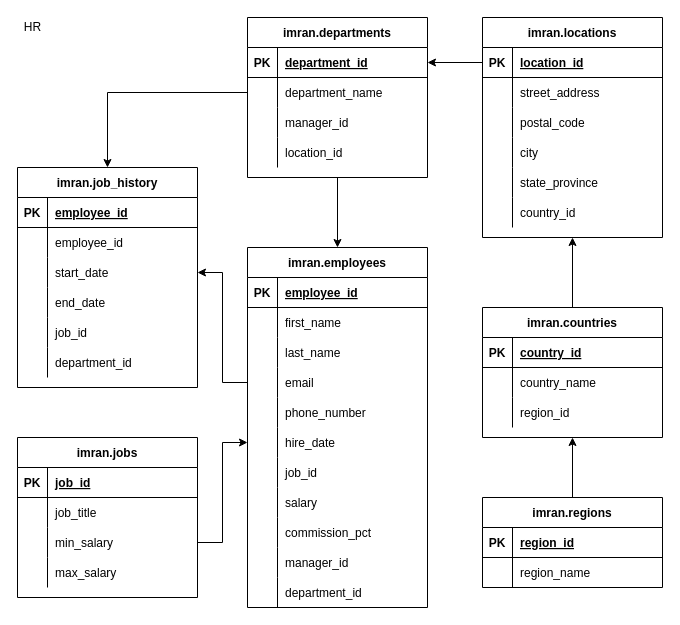
Earlier version of the draw.io diagram Untitled Diagram.drawio (imro1/draw.io). Source tidied: cells renumbered, new cells numbered last; positions are measured from the earlier drawing's top-left corner, leaving out a move shared by most shapes. Both pictures are drawn from the tidied source at 100%, with x=0, y=0 at pixel (17, 17).
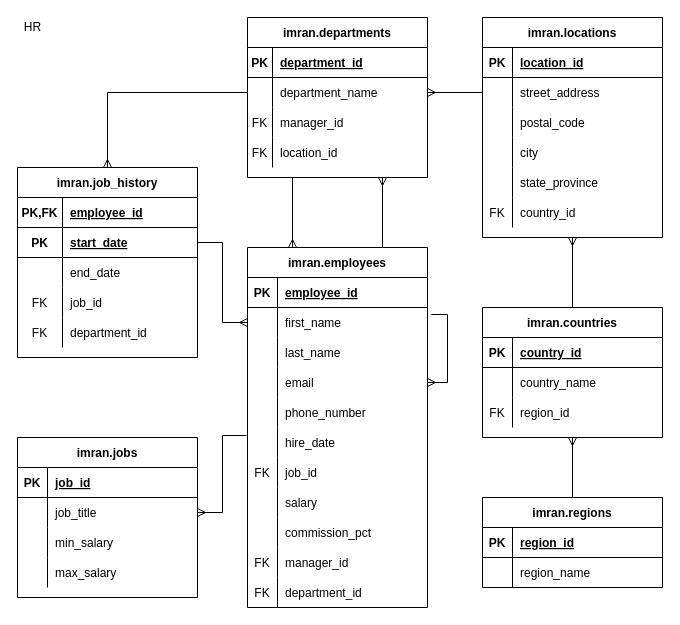
The same diagram, later.

The change refers to these unchanged cells:
```xml
<mxCell id="4" value="imran.departments" style="shape=table;startSize=30;childLayout=tableLayout;rowLines=0;fontStyle=1;align=center;" parent="1" vertex="1">
  <mxGeometry x="230" width="180" height="160" as="geometry" />
</mxCell>
<mxCell id="5" style="shape=partialRectangle;fillColor=none;top=0;left=0;bottom=1;right=0;points=[[0,0.5],[1,0.5]];portConstraint=eastwest;" parent="4" vertex="1">
  <mxGeometry y="30" width="180" height="30" as="geometry" />
</mxCell>
<mxCell id="8" style="shape=partialRectangle;fillColor=none;top=0;left=0;bottom=0;right=0;points=[[0,0.5],[1,0.5]];portConstraint=eastwest;" parent="4" vertex="1">
  <mxGeometry y="60" width="180" height="30" as="geometry" />
</mxCell>
<mxCell id="11" style="shape=partialRectangle;fillColor=none;top=0;left=0;bottom=0;right=0;" parent="4" vertex="1">
  <mxGeometry y="90" width="180" height="30" as="geometry" />
</mxCell>
<mxCell id="14" style="shape=partialRectangle;fillColor=none;top=0;left=0;bottom=0;right=0;" parent="4" vertex="1">
  <mxGeometry y="120" width="180" height="30" as="geometry" />
</mxCell>
<mxCell id="36" value="imran.employees" style="shape=table;startSize=30;childLayout=tableLayout;rowLines=0;fontStyle=1;align=center;" parent="1" vertex="1">
  <mxGeometry x="230" y="230" width="180" height="360" as="geometry" />
</mxCell>
<mxCell id="40" style="shape=partialRectangle;fillColor=none;top=0;left=0;bottom=0;right=0;points=[[0,0.5],[1,0.5]];portConstraint=eastwest;" parent="36" vertex="1">
  <mxGeometry y="60" width="180" height="30" as="geometry" />
</mxCell>
<mxCell id="46" style="shape=partialRectangle;fillColor=none;top=0;left=0;bottom=0;right=0;points=[[0,0.5],[1,0.5]];portConstraint=eastwest;" parent="36" vertex="1">
  <mxGeometry y="120" width="180" height="30" as="geometry" />
</mxCell>
<mxCell id="52" style="shape=partialRectangle;fillColor=none;top=0;left=0;bottom=0;right=0;points=[[0,0.5],[1,0.5]];portConstraint=eastwest;" parent="36" vertex="1">
  <mxGeometry y="180" width="180" height="30" as="geometry" />
</mxCell>
<mxCell id="55" style="shape=partialRectangle;fillColor=none;top=0;left=0;bottom=0;right=0;" parent="36" vertex="1">
  <mxGeometry y="210" width="180" height="30" as="geometry" />
</mxCell>
<mxCell id="64" style="shape=partialRectangle;fillColor=none;top=0;left=0;bottom=0;right=0;" parent="36" vertex="1">
  <mxGeometry y="300" width="180" height="30" as="geometry" />
</mxCell>
<mxCell id="67" style="shape=partialRectangle;fillColor=none;top=0;left=0;bottom=0;right=0;" parent="36" vertex="1">
  <mxGeometry y="330" width="180" height="30" as="geometry" />
</mxCell>
<mxCell id="70" value="imran.locations" style="shape=table;startSize=30;childLayout=tableLayout;rowLines=0;fontStyle=1;align=center;" parent="1" vertex="1">
  <mxGeometry x="465" width="180" height="220" as="geometry" />
</mxCell>
<mxCell id="71" style="shape=partialRectangle;fillColor=none;top=0;left=0;bottom=1;right=0;points=[[0,0.5],[1,0.5]];portConstraint=eastwest;" parent="70" vertex="1">
  <mxGeometry y="30" width="180" height="30" as="geometry" />
</mxCell>
<mxCell id="74" style="shape=partialRectangle;fillColor=none;top=0;left=0;bottom=0;right=0;points=[[0,0.5],[1,0.5]];portConstraint=eastwest;" parent="70" vertex="1">
  <mxGeometry y="60" width="180" height="30" as="geometry" />
</mxCell>
<mxCell id="86" style="shape=partialRectangle;fillColor=none;top=0;left=0;bottom=0;right=0;" parent="70" vertex="1">
  <mxGeometry y="180" width="180" height="30" as="geometry" />
</mxCell>
<mxCell id="90" value="imran.countries" style="shape=table;startSize=30;childLayout=tableLayout;rowLines=0;fontStyle=1;align=center;" parent="1" vertex="1">
  <mxGeometry x="465" y="290" width="180" height="130" as="geometry" />
</mxCell>
<mxCell id="97" style="shape=partialRectangle;fillColor=none;top=0;left=0;bottom=0;right=0;" parent="90" vertex="1">
  <mxGeometry y="90" width="180" height="30" as="geometry" />
</mxCell>
<mxCell id="101" value="imran.regions" style="shape=table;startSize=30;childLayout=tableLayout;rowLines=0;fontStyle=1;align=center;" parent="1" vertex="1">
  <mxGeometry x="465" y="480" width="180" height="90" as="geometry" />
</mxCell>
<mxCell id="112" style="shape=partialRectangle;fillColor=none;top=0;left=0;bottom=0;right=0;points=[[0,0.5],[1,0.5]];portConstraint=eastwest;" parent="108" vertex="1">
  <mxGeometry y="60" width="180" height="30" as="geometry" />
</mxCell>
<mxCell id="115" style="shape=partialRectangle;fillColor=none;top=0;left=0;bottom=0;right=0;points=[[0,0.5],[1,0.5]];portConstraint=eastwest;" parent="108" vertex="1">
  <mxGeometry y="90" width="180" height="30" as="geometry" />
</mxCell>
```

Change to the diagram source:
```diff
@@
-    <mxCell id="3" style="edgeStyle=orthogonalEdgeStyle;rounded=0;jettySize=auto;html=1;exitX=0.5;exitY=1;exitDx=0;exitDy=0;entryX=0.5;entryY=0;entryDx=0;entryDy=0;" parent="1" edge="1" source="4" target="36">
+    <mxCell id="3" style="edgeStyle=orthogonalEdgeStyle;rounded=0;jettySize=auto;html=1;exitX=0.75;exitY=1;exitDx=0;exitDy=0;entryX=0.75;entryY=0;entryDx=0;entryDy=0;startArrow=ERmany;startFill=0;endArrow=none;endFill=0;" parent="1" edge="1" source="4" target="36">
       <mxGeometry relative="1" as="geometry" />
     </mxCell>
@@
     <mxCell id="6" value="PK" style="shape=partialRectangle;fillColor=none;top=0;left=0;bottom=0;right=0;fontStyle=1;overflow=hidden;" parent="5" vertex="1">
-      <mxGeometry width="30" height="30" as="geometry" />
+      <mxGeometry width="25" height="30" as="geometry" />
     </mxCell>
     <mxCell id="7" value="department_id" style="shape=partialRectangle;fillColor=none;top=0;left=0;bottom=0;right=0;align=left;spacingLeft=6;fontStyle=5;overflow=hidden;" parent="5" vertex="1">
-      <mxGeometry x="30" width="150" height="30" as="geometry" />
+      <mxGeometry x="25" width="155" height="30" as="geometry" />
     </mxCell>
@@
     <mxCell id="9" style="shape=partialRectangle;fillColor=none;top=0;left=0;bottom=0;right=0;overflow=hidden;" parent="8" vertex="1">
-      <mxGeometry width="30" height="30" as="geometry" />
+      <mxGeometry width="25" height="30" as="geometry" />
     </mxCell>
     <mxCell id="10" value="department_name" style="shape=partialRectangle;fillColor=none;top=0;left=0;bottom=0;right=0;align=left;spacingLeft=6;overflow=hidden;" parent="8" vertex="1">
-      <mxGeometry x="30" width="150" height="30" as="geometry" />
+      <mxGeometry x="25" width="155" height="30" as="geometry" />
     </mxCell>
@@
-    <mxCell id="12" style="shape=partialRectangle;fillColor=none;top=0;left=0;bottom=0;right=0;overflow=hidden;" parent="11" vertex="1">
-      <mxGeometry width="30" height="30" as="geometry" />
+    <mxCell id="12" value="FK" style="shape=partialRectangle;fillColor=none;top=0;left=0;bottom=0;right=0;overflow=hidden;" parent="11" vertex="1">
+      <mxGeometry width="25" height="30" as="geometry" />
     </mxCell>
     <mxCell id="13" value="manager_id" style="shape=partialRectangle;fillColor=none;top=0;left=0;bottom=0;right=0;align=left;spacingLeft=6;overflow=hidden;" parent="11" vertex="1">
-      <mxGeometry x="30" width="150" height="30" as="geometry" />
+      <mxGeometry x="25" width="155" height="30" as="geometry" />
     </mxCell>
@@
-    <mxCell id="15" style="shape=partialRectangle;fillColor=none;top=0;left=0;bottom=0;right=0;overflow=hidden;" parent="14" vertex="1">
-      <mxGeometry width="30" height="30" as="geometry" />
+    <mxCell id="15" value="FK" style="shape=partialRectangle;fillColor=none;top=0;left=0;bottom=0;right=0;overflow=hidden;" parent="14" vertex="1">
+      <mxGeometry width="25" height="30" as="geometry" />
     </mxCell>
     <mxCell id="16" value="location_id" style="shape=partialRectangle;fillColor=none;top=0;left=0;bottom=0;right=0;align=left;spacingLeft=6;overflow=hidden;" parent="14" vertex="1">
-      <mxGeometry x="30" width="150" height="30" as="geometry" />
+      <mxGeometry x="25" width="155" height="30" as="geometry" />
     </mxCell>
+    <mxCell id="125" style="edgeStyle=orthogonalEdgeStyle;rounded=0;jettySize=auto;html=1;exitX=0.5;exitY=0;exitDx=0;exitDy=0;startArrow=ERmany;startFill=0;endArrow=none;endFill=0;" parent="1" edge="1" source="17" target="8">
+      <mxGeometry relative="1" as="geometry" />
+    </mxCell>
     <mxCell id="17" value="imran.job_history" style="shape=table;startSize=30;childLayout=tableLayout;rowLines=0;fontStyle=1;align=center;" parent="1" vertex="1">
-      <mxGeometry y="150" width="180" height="220" as="geometry" />
+      <mxGeometry y="150" width="180" height="190" as="geometry" />
     </mxCell>
+    <mxCell id="126" style="shape=partialRectangle;fillColor=none;top=0;left=0;bottom=1;right=0;" parent="17" vertex="1">
+      <mxGeometry y="30" width="180" height="30" as="geometry" />
+    </mxCell>
+    <mxCell id="127" value="PK,FK" style="shape=partialRectangle;fillColor=none;top=0;left=0;bottom=0;right=0;fontStyle=1;overflow=hidden;" parent="126" vertex="1">
+      <mxGeometry width="45" height="30" as="geometry" />
+    </mxCell>
+    <mxCell id="23" value="employee_id" style="shape=partialRectangle;fillColor=none;top=0;left=0;bottom=0;right=0;align=left;spacingLeft=6;fontStyle=5;overflow=hidden;" parent="126" vertex="1">
+      <mxGeometry x="45" width="135" height="30" as="geometry" />
+    </mxCell>
     <mxCell id="18" style="shape=partialRectangle;fillColor=none;top=0;left=0;bottom=1;right=0;points=[[0,0.5],[1,0.5]];portConstraint=eastwest;" parent="17" vertex="1">
-      <mxGeometry y="30" width="180" height="30" as="geometry" />
+      <mxGeometry y="60" width="180" height="30" as="geometry" />
     </mxCell>
     <mxCell id="19" value="PK" style="shape=partialRectangle;fillColor=none;top=0;left=0;bottom=0;right=0;fontStyle=1;overflow=hidden;" parent="18" vertex="1">
-      <mxGeometry width="30" height="30" as="geometry" />
+      <mxGeometry width="45" height="30" as="geometry" />
     </mxCell>
-    <mxCell id="20" value="employee_id" style="shape=partialRectangle;fillColor=none;top=0;left=0;bottom=0;right=0;align=left;spacingLeft=6;fontStyle=5;overflow=hidden;" parent="18" vertex="1">
-      <mxGeometry x="30" width="150" height="30" as="geometry" />
+    <mxCell id="20" value="start_date" style="shape=partialRectangle;fillColor=none;top=0;left=0;bottom=0;right=0;align=left;spacingLeft=6;fontStyle=5;overflow=hidden;" parent="18" vertex="1">
+      <mxGeometry x="45" width="135" height="30" as="geometry" />
     </mxCell>
-    <mxCell id="21" style="shape=partialRectangle;fillColor=none;top=0;left=0;bottom=0;right=0;" parent="17" vertex="1">
-      <mxGeometry y="60" width="180" height="30" as="geometry" />
-    </mxCell>
-    <mxCell id="22" style="shape=partialRectangle;fillColor=none;top=0;left=0;bottom=0;right=0;overflow=hidden;" parent="21" vertex="1">
-      <mxGeometry width="30" height="30" as="geometry" />
-    </mxCell>
-    <mxCell id="23" value="employee_id" style="shape=partialRectangle;fillColor=none;top=0;left=0;bottom=0;right=0;align=left;spacingLeft=6;overflow=hidden;" parent="21" vertex="1">
-      <mxGeometry x="30" width="150" height="30" as="geometry" />
-    </mxCell>
-    <mxCell id="24" style="shape=partialRectangle;fillColor=none;top=0;left=0;bottom=0;right=0;points=[[0,0.5],[1,0.5]];portConstraint=eastwest;" parent="17" vertex="1">
-      <mxGeometry y="90" width="180" height="30" as="geometry" />
-    </mxCell>
-    <mxCell id="25" style="shape=partialRectangle;fillColor=none;top=0;left=0;bottom=0;right=0;overflow=hidden;" parent="24" vertex="1">
-      <mxGeometry width="30" height="30" as="geometry" />
-    </mxCell>
-    <mxCell id="26" value="start_date" style="shape=partialRectangle;fillColor=none;top=0;left=0;bottom=0;right=0;align=left;spacingLeft=6;overflow=hidden;" parent="24" vertex="1">
-      <mxGeometry x="30" width="150" height="30" as="geometry" />
-    </mxCell>
     <mxCell id="27" style="shape=partialRectangle;fillColor=none;top=0;left=0;bottom=0;right=0;" parent="17" vertex="1">
-      <mxGeometry y="120" width="180" height="30" as="geometry" />
+      <mxGeometry y="90" width="180" height="30" as="geometry" />
     </mxCell>
     <mxCell id="28" style="shape=partialRectangle;fillColor=none;top=0;left=0;bottom=0;right=0;overflow=hidden;" parent="27" vertex="1">
-      <mxGeometry width="30" height="30" as="geometry" />
+      <mxGeometry width="45" height="30" as="geometry" />
     </mxCell>
     <mxCell id="29" value="end_date" style="shape=partialRectangle;fillColor=none;top=0;left=0;bottom=0;right=0;align=left;spacingLeft=6;overflow=hidden;" parent="27" vertex="1">
-      <mxGeometry x="30" width="150" height="30" as="geometry" />
+      <mxGeometry x="45" width="135" height="30" as="geometry" />
     </mxCell>
     <mxCell id="30" style="shape=partialRectangle;fillColor=none;top=0;left=0;bottom=0;right=0;" parent="17" vertex="1">
-      <mxGeometry y="150" width="180" height="30" as="geometry" />
+      <mxGeometry y="120" width="180" height="30" as="geometry" />
     </mxCell>
-    <mxCell id="31" style="shape=partialRectangle;fillColor=none;top=0;left=0;bottom=0;right=0;overflow=hidden;" parent="30" vertex="1">
-      <mxGeometry width="30" height="30" as="geometry" />
+    <mxCell id="31" value="FK" style="shape=partialRectangle;fillColor=none;top=0;left=0;bottom=0;right=0;overflow=hidden;" parent="30" vertex="1">
+      <mxGeometry width="45" height="30" as="geometry" />
     </mxCell>
     <mxCell id="32" value="job_id" style="shape=partialRectangle;fillColor=none;top=0;left=0;bottom=0;right=0;align=left;spacingLeft=6;overflow=hidden;" parent="30" vertex="1">
-      <mxGeometry x="30" width="150" height="30" as="geometry" />
+      <mxGeometry x="45" width="135" height="30" as="geometry" />
     </mxCell>
     <mxCell id="33" style="shape=partialRectangle;fillColor=none;top=0;left=0;bottom=0;right=0;" parent="17" vertex="1">
-      <mxGeometry y="180" width="180" height="30" as="geometry" />
+      <mxGeometry y="150" width="180" height="30" as="geometry" />
     </mxCell>
-    <mxCell id="34" style="shape=partialRectangle;fillColor=none;top=0;left=0;bottom=0;right=0;overflow=hidden;" parent="33" vertex="1">
-      <mxGeometry width="30" height="30" as="geometry" />
+    <mxCell id="34" value="FK" style="shape=partialRectangle;fillColor=none;top=0;left=0;bottom=0;right=0;overflow=hidden;" parent="33" vertex="1">
+      <mxGeometry width="45" height="30" as="geometry" />
     </mxCell>
     <mxCell id="35" value="department_id" style="shape=partialRectangle;fillColor=none;top=0;left=0;bottom=0;right=0;align=left;spacingLeft=6;overflow=hidden;" parent="33" vertex="1">
-      <mxGeometry x="30" width="150" height="30" as="geometry" />
+      <mxGeometry x="45" width="135" height="30" as="geometry" />
     </mxCell>
+    <mxCell id="128" style="edgeStyle=orthogonalEdgeStyle;rounded=0;jettySize=auto;html=1;exitX=0.25;exitY=0;exitDx=0;exitDy=0;entryX=0.25;entryY=1;entryDx=0;entryDy=0;startArrow=ERmany;startFill=0;endArrow=none;endFill=0;" parent="1" edge="1" source="36" target="4">
+      <mxGeometry relative="1" as="geometry" />
+    </mxCell>
@@
+    <mxCell id="129" style="edgeStyle=orthogonalEdgeStyle;rounded=0;jettySize=auto;html=1;exitX=1;exitY=0.5;exitDx=0;exitDy=0;entryX=1.022;entryY=0.233;entryDx=0;entryDy=0;entryPerimeter=0;startArrow=ERmany;startFill=0;endArrow=none;endFill=0;" parent="36" edge="1" source="46" target="40">
+      <mxGeometry relative="1" as="geometry" />
+    </mxCell>
@@
-    <mxCell id="56" style="shape=partialRectangle;fillColor=none;top=0;left=0;bottom=0;right=0;overflow=hidden;" parent="55" vertex="1">
+    <mxCell id="56" value="FK" style="shape=partialRectangle;fillColor=none;top=0;left=0;bottom=0;right=0;overflow=hidden;" parent="55" vertex="1">
       <mxGeometry width="30" height="30" as="geometry" />
     </mxCell>
@@
-    <mxCell id="65" style="shape=partialRectangle;fillColor=none;top=0;left=0;bottom=0;right=0;overflow=hidden;" parent="64" vertex="1">
+    <mxCell id="65" value="FK" style="shape=partialRectangle;fillColor=none;top=0;left=0;bottom=0;right=0;overflow=hidden;" parent="64" vertex="1">
       <mxGeometry width="30" height="30" as="geometry" />
     </mxCell>
@@
-    <mxCell id="68" style="shape=partialRectangle;fillColor=none;top=0;left=0;bottom=0;right=0;overflow=hidden;" parent="67" vertex="1">
+    <mxCell id="68" value="FK" style="shape=partialRectangle;fillColor=none;top=0;left=0;bottom=0;right=0;overflow=hidden;" parent="67" vertex="1">
       <mxGeometry width="30" height="30" as="geometry" />
     </mxCell>
@@
+    <mxCell id="130" style="edgeStyle=orthogonalEdgeStyle;rounded=0;jettySize=auto;html=1;exitX=0.5;exitY=1;exitDx=0;exitDy=0;entryX=0.5;entryY=0;entryDx=0;entryDy=0;startArrow=ERmany;startFill=0;endArrow=none;endFill=0;" parent="1" edge="1" source="70" target="90">
+      <mxGeometry relative="1" as="geometry" />
+    </mxCell>
@@
-    <mxCell id="87" style="shape=partialRectangle;fillColor=none;top=0;left=0;bottom=0;right=0;overflow=hidden;" parent="86" vertex="1">
+    <mxCell id="87" value="FK" style="shape=partialRectangle;fillColor=none;top=0;left=0;bottom=0;right=0;overflow=hidden;" parent="86" vertex="1">
       <mxGeometry width="30" height="30" as="geometry" />
     </mxCell>
@@
-    <mxCell id="89" style="edgeStyle=orthogonalEdgeStyle;rounded=0;jettySize=auto;html=1;exitX=0.5;exitY=0;exitDx=0;exitDy=0;entryX=0.5;entryY=1;entryDx=0;entryDy=0;" parent="1" edge="1" source="90" target="70">
-      <mxGeometry relative="1" as="geometry" />
-    </mxCell>
+    <mxCell id="131" style="edgeStyle=orthogonalEdgeStyle;rounded=0;jettySize=auto;html=1;exitX=0.5;exitY=1;exitDx=0;exitDy=0;entryX=0.5;entryY=0;entryDx=0;entryDy=0;startArrow=ERmany;startFill=0;endArrow=none;endFill=0;" parent="1" edge="1" source="90" target="101">
+      <mxGeometry relative="1" as="geometry" />
+    </mxCell>
@@
-    <mxCell id="98" style="shape=partialRectangle;fillColor=none;top=0;left=0;bottom=0;right=0;overflow=hidden;" parent="97" vertex="1">
+    <mxCell id="98" value="FK" style="shape=partialRectangle;fillColor=none;top=0;left=0;bottom=0;right=0;overflow=hidden;" parent="97" vertex="1">
       <mxGeometry width="30" height="30" as="geometry" />
     </mxCell>
@@
-    <mxCell id="100" style="edgeStyle=orthogonalEdgeStyle;rounded=0;jettySize=auto;html=1;exitX=0.5;exitY=0;exitDx=0;exitDy=0;entryX=0.5;entryY=1;entryDx=0;entryDy=0;" parent="1" edge="1" source="101" target="90">
-      <mxGeometry relative="1" as="geometry" />
-    </mxCell>
@@
-    <mxCell id="121" style="edgeStyle=orthogonalEdgeStyle;rounded=0;jettySize=auto;html=1;" parent="1" edge="1" source="8" target="17">
-      <mxGeometry relative="1" as="geometry" />
-    </mxCell>
-    <mxCell id="122" style="edgeStyle=orthogonalEdgeStyle;rounded=0;jettySize=auto;html=1;exitX=0;exitY=0.5;exitDx=0;exitDy=0;entryX=1;entryY=0.5;entryDx=0;entryDy=0;" parent="1" edge="1" source="71" target="5">
-      <mxGeometry relative="1" as="geometry" />
-    </mxCell>
-    <mxCell id="123" style="edgeStyle=orthogonalEdgeStyle;rounded=0;jettySize=auto;html=1;exitX=0;exitY=0.5;exitDx=0;exitDy=0;entryX=1;entryY=0.5;entryDx=0;entryDy=0;" parent="1" edge="1" source="46" target="24">
-      <mxGeometry relative="1" as="geometry" />
-    </mxCell>
-    <mxCell id="124" style="edgeStyle=orthogonalEdgeStyle;rounded=0;jettySize=auto;html=1;entryX=0;entryY=0.5;entryDx=0;entryDy=0;" parent="1" edge="1" source="115" target="52">
-      <mxGeometry relative="1" as="geometry" />
-    </mxCell>
+    <mxCell id="132" style="edgeStyle=orthogonalEdgeStyle;rounded=0;jettySize=auto;html=1;exitX=1;exitY=0.5;exitDx=0;exitDy=0;entryX=0;entryY=0.5;entryDx=0;entryDy=0;startArrow=ERmany;startFill=0;endArrow=none;endFill=0;" parent="1" edge="1" source="8" target="74">
+      <mxGeometry relative="1" as="geometry" />
+    </mxCell>
+    <mxCell id="133" style="edgeStyle=orthogonalEdgeStyle;rounded=0;jettySize=auto;html=1;exitX=1;exitY=0.5;exitDx=0;exitDy=0;entryX=-0.006;entryY=0.267;entryDx=0;entryDy=0;entryPerimeter=0;startArrow=ERmany;startFill=0;endArrow=none;endFill=0;" parent="1" edge="1" source="112" target="52">
+      <mxGeometry relative="1" as="geometry">
+        <Array as="points">
+          <mxPoint x="205" y="495" />
+          <mxPoint x="205" y="418" />
+        </Array>
+      </mxGeometry>
+    </mxCell>
+    <mxCell id="134" style="edgeStyle=orthogonalEdgeStyle;rounded=0;jettySize=auto;html=1;exitX=0;exitY=0.5;exitDx=0;exitDy=0;entryX=1;entryY=0.5;entryDx=0;entryDy=0;startArrow=ERmany;startFill=0;endArrow=none;endFill=0;" parent="1" edge="1" source="40" target="18">
+      <mxGeometry relative="1" as="geometry" />
+    </mxCell>
```
